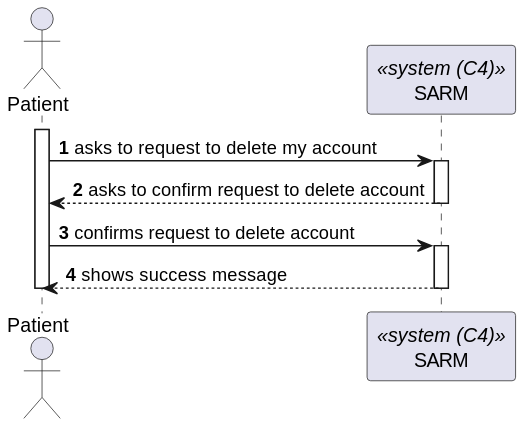
Earlier version of the PlantUML export docs/sprint-b/us-6.2.3/views/level1/process-view.svg (1220846/sem5pi-24-25-3ddg20).
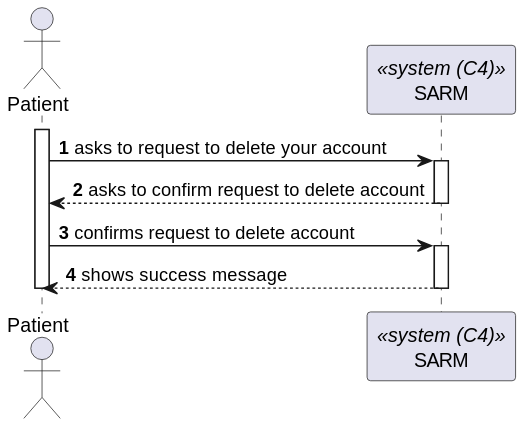
Above is the later version.

The edit, as a diff of the source:
```diff
@@ -6,7 +6,7 @@
 
 activate Patient
 
-    Patient -> SARM : asks to request to delete my account
+    Patient -> SARM : asks to request to delete your account
 
     activate SARM
 
```
